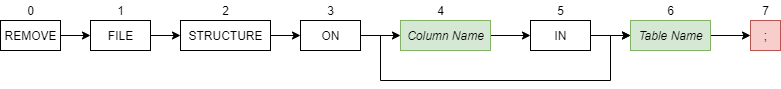
DeliciousWaffle/MastersProject keeps this draw.io diagram as src/datastructure/rulegraph/diagrams/images/RemoveFileStructureDiagram.png. Above is the earlier version. Source tidied: cells renumbered, new cells last; positions are measured from the earlier drawing's top-left corner, leaving out a move shared by most shapes. Source of this version:
```xml
<mxGraphModel>
  <root>
    <mxCell id="0" />
    <mxCell id="1" parent="0" />
    <mxCell id="2" style="edgeStyle=orthogonalEdgeStyle;rounded=0;jettySize=auto;html=1;exitX=1;exitY=0.5;exitDx=0;exitDy=0;entryX=0;entryY=0.5;entryDx=0;entryDy=0;entryPerimeter=0;" parent="1" edge="1" source="3" target="11">
      <mxGeometry relative="1" as="geometry" />
    </mxCell>
    <mxCell id="3" value="REMOVE" style="html=1;" parent="1" vertex="1">
      <mxGeometry y="20" width="60" height="30" as="geometry" />
    </mxCell>
    <mxCell id="4" value="0" style="text;html=1;align=center;verticalAlign=middle;" parent="1" vertex="1">
      <mxGeometry x="20" width="20" height="20" as="geometry" />
    </mxCell>
    <mxCell id="5" value=";" style="html=1;fillColor=#f8cecc;strokeColor=#b85450;" parent="1" vertex="1">
      <mxGeometry x="750" y="20" width="30" height="30" as="geometry" />
    </mxCell>
    <mxCell id="6" value="7" style="text;html=1;align=center;verticalAlign=middle;" parent="1" vertex="1">
      <mxGeometry x="755" width="20" height="20" as="geometry" />
    </mxCell>
    <mxCell id="7" style="edgeStyle=orthogonalEdgeStyle;rounded=0;jettySize=auto;html=1;exitX=1;exitY=0.5;exitDx=0;exitDy=0;entryX=0;entryY=0.5;entryDx=0;entryDy=0;" parent="1" edge="1" source="8" target="22">
      <mxGeometry relative="1" as="geometry" />
    </mxCell>
    <mxCell id="8" value="&lt;i&gt;Column Name&lt;/i&gt;" style="html=1;fillColor=#d5e8d4;strokeColor=#82b366;" parent="1" vertex="1">
      <mxGeometry x="400" y="20" width="90" height="30" as="geometry" />
    </mxCell>
    <mxCell id="9" value="4" style="text;html=1;align=center;verticalAlign=middle;" parent="1" vertex="1">
      <mxGeometry x="430" width="20" height="20" as="geometry" />
    </mxCell>
    <mxCell id="10" style="edgeStyle=orthogonalEdgeStyle;rounded=0;jettySize=auto;html=1;exitX=1;exitY=0.5;exitDx=0;exitDy=0;" parent="1" edge="1" source="11" target="15">
      <mxGeometry relative="1" as="geometry" />
    </mxCell>
    <mxCell id="11" value="FILE" style="html=1;" parent="1" vertex="1">
      <mxGeometry x="90" y="20" width="60" height="30" as="geometry" />
    </mxCell>
    <mxCell id="12" style="edgeStyle=orthogonalEdgeStyle;rounded=0;jettySize=auto;html=1;exitX=1;exitY=0.5;exitDx=0;exitDy=0;entryX=0;entryY=0.5;entryDx=0;entryDy=0;" parent="1" edge="1" source="13" target="5">
      <mxGeometry relative="1" as="geometry" />
    </mxCell>
    <mxCell id="13" value="&lt;i&gt;Table Name&lt;/i&gt;" style="html=1;fillColor=#d5e8d4;strokeColor=#82b366;" parent="1" vertex="1">
      <mxGeometry x="630" y="20" width="80" height="30" as="geometry" />
    </mxCell>
    <mxCell id="14" style="edgeStyle=orthogonalEdgeStyle;rounded=0;jettySize=auto;html=1;exitX=1;exitY=0.5;exitDx=0;exitDy=0;entryX=0;entryY=0.5;entryDx=0;entryDy=0;" parent="1" edge="1" source="15" target="20">
      <mxGeometry relative="1" as="geometry" />
    </mxCell>
    <mxCell id="15" value="STRUCTURE" style="html=1;" parent="1" vertex="1">
      <mxGeometry x="180" y="20" width="90" height="30" as="geometry" />
    </mxCell>
    <mxCell id="16" value="3" style="text;html=1;align=center;verticalAlign=middle;" parent="1" vertex="1">
      <mxGeometry x="320" width="20" height="20" as="geometry" />
    </mxCell>
    <mxCell id="17" value="1" style="text;html=1;align=center;verticalAlign=middle;" parent="1" vertex="1">
      <mxGeometry x="110" width="20" height="20" as="geometry" />
    </mxCell>
    <mxCell id="18" style="edgeStyle=orthogonalEdgeStyle;rounded=0;jettySize=auto;html=1;exitX=1;exitY=0.5;exitDx=0;exitDy=0;entryX=0;entryY=0.5;entryDx=0;entryDy=0;" parent="1" edge="1" source="20" target="8">
      <mxGeometry relative="1" as="geometry" />
    </mxCell>
    <mxCell id="19" style="edgeStyle=orthogonalEdgeStyle;rounded=0;jettySize=auto;html=1;exitX=1;exitY=0.5;exitDx=0;exitDy=0;" parent="1" edge="1" source="20">
      <mxGeometry relative="1" as="geometry">
        <mxPoint x="630" y="35" as="targetPoint" />
        <Array as="points">
          <mxPoint x="380" y="35" />
          <mxPoint x="380" y="80" />
          <mxPoint x="610" y="80" />
          <mxPoint x="610" y="35" />
        </Array>
      </mxGeometry>
    </mxCell>
    <mxCell id="20" value="ON" style="html=1;" parent="1" vertex="1">
      <mxGeometry x="300" y="20" width="60" height="30" as="geometry" />
    </mxCell>
    <mxCell id="21" style="edgeStyle=orthogonalEdgeStyle;rounded=0;jettySize=auto;html=1;exitX=1;exitY=0.5;exitDx=0;exitDy=0;entryX=0;entryY=0.5;entryDx=0;entryDy=0;" parent="1" edge="1" source="22" target="13">
      <mxGeometry relative="1" as="geometry" />
    </mxCell>
    <mxCell id="22" value="IN" style="html=1;" parent="1" vertex="1">
      <mxGeometry x="530" y="20" width="60" height="30" as="geometry" />
    </mxCell>
    <mxCell id="23" value="5" style="text;html=1;align=center;verticalAlign=middle;" parent="1" vertex="1">
      <mxGeometry x="550" width="20" height="20" as="geometry" />
    </mxCell>
    <mxCell id="24" value="2" style="text;html=1;align=center;verticalAlign=middle;" parent="1" vertex="1">
      <mxGeometry x="215" width="20" height="20" as="geometry" />
    </mxCell>
    <mxCell id="25" value="6" style="text;html=1;align=center;verticalAlign=middle;" parent="1" vertex="1">
      <mxGeometry x="660" width="20" height="20" as="geometry" />
    </mxCell>
  </root>
</mxGraphModel>
```
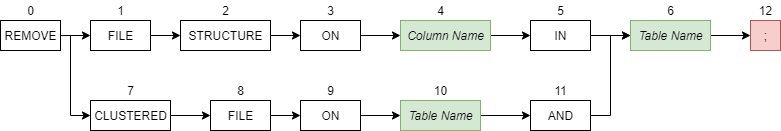
The same diagram one commit later.

Change to the diagram source:
```diff
@@ -5,6 +5,14 @@
     <mxCell id="2" style="edgeStyle=orthogonalEdgeStyle;rounded=0;jettySize=auto;html=1;exitX=1;exitY=0.5;exitDx=0;exitDy=0;entryX=0;entryY=0.5;entryDx=0;entryDy=0;entryPerimeter=0;" parent="1" edge="1" source="3" target="11">
       <mxGeometry relative="1" as="geometry" />
     </mxCell>
+    <mxCell id="26" style="edgeStyle=orthogonalEdgeStyle;rounded=0;jettySize=auto;html=1;exitX=1;exitY=0.5;exitDx=0;exitDy=0;entryX=0;entryY=0.5;entryDx=0;entryDy=0;" parent="1" edge="1" source="3" target="28">
+      <mxGeometry relative="1" as="geometry">
+        <Array as="points">
+          <mxPoint x="70" y="35" />
+          <mxPoint x="70" y="115" />
+        </Array>
+      </mxGeometry>
+    </mxCell>
     <mxCell id="3" value="REMOVE" style="html=1;" parent="1" vertex="1">
       <mxGeometry y="20" width="60" height="30" as="geometry" />
     </mxCell>
@@ -14,8 +22,8 @@
     <mxCell id="5" value=";" style="html=1;fillColor=#f8cecc;strokeColor=#b85450;" parent="1" vertex="1">
       <mxGeometry x="750" y="20" width="30" height="30" as="geometry" />
     </mxCell>
-    <mxCell id="6" value="7" style="text;html=1;align=center;verticalAlign=middle;" parent="1" vertex="1">
-      <mxGeometry x="755" width="20" height="20" as="geometry" />
+    <mxCell id="6" value="12" style="text;html=1;align=center;verticalAlign=middle;" parent="1" vertex="1">
+      <mxGeometry x="750" width="30" height="20" as="geometry" />
     </mxCell>
     <mxCell id="7" style="edgeStyle=orthogonalEdgeStyle;rounded=0;jettySize=auto;html=1;exitX=1;exitY=0.5;exitDx=0;exitDy=0;entryX=0;entryY=0.5;entryDx=0;entryDy=0;" parent="1" edge="1" source="8" target="22">
       <mxGeometry relative="1" as="geometry" />
@@ -53,17 +61,6 @@
     <mxCell id="18" style="edgeStyle=orthogonalEdgeStyle;rounded=0;jettySize=auto;html=1;exitX=1;exitY=0.5;exitDx=0;exitDy=0;entryX=0;entryY=0.5;entryDx=0;entryDy=0;" parent="1" edge="1" source="20" target="8">
       <mxGeometry relative="1" as="geometry" />
     </mxCell>
-    <mxCell id="19" style="edgeStyle=orthogonalEdgeStyle;rounded=0;jettySize=auto;html=1;exitX=1;exitY=0.5;exitDx=0;exitDy=0;" parent="1" edge="1" source="20">
-      <mxGeometry relative="1" as="geometry">
-        <mxPoint x="630" y="35" as="targetPoint" />
-        <Array as="points">
-          <mxPoint x="380" y="35" />
-          <mxPoint x="380" y="80" />
-          <mxPoint x="610" y="80" />
-          <mxPoint x="610" y="35" />
-        </Array>
-      </mxGeometry>
-    </mxCell>
     <mxCell id="20" value="ON" style="html=1;" parent="1" vertex="1">
       <mxGeometry x="300" y="20" width="60" height="30" as="geometry" />
     </mxCell>
@@ -82,5 +79,50 @@
     <mxCell id="25" value="6" style="text;html=1;align=center;verticalAlign=middle;" parent="1" vertex="1">
       <mxGeometry x="660" width="20" height="20" as="geometry" />
     </mxCell>
+    <mxCell id="27" style="edgeStyle=orthogonalEdgeStyle;rounded=0;jettySize=auto;html=1;exitX=1;exitY=0.5;exitDx=0;exitDy=0;entryX=0;entryY=0.5;entryDx=0;entryDy=0;" parent="1" edge="1" source="28" target="31">
+      <mxGeometry relative="1" as="geometry" />
+    </mxCell>
+    <mxCell id="28" value="CLUSTERED" style="html=1;" parent="1" vertex="1">
+      <mxGeometry x="90" y="100" width="80" height="30" as="geometry" />
+    </mxCell>
+    <mxCell id="29" value="7" style="text;html=1;align=center;verticalAlign=middle;" parent="1" vertex="1">
+      <mxGeometry x="120" y="80" width="20" height="20" as="geometry" />
+    </mxCell>
+    <mxCell id="30" style="edgeStyle=orthogonalEdgeStyle;rounded=0;jettySize=auto;html=1;exitX=1;exitY=0.5;exitDx=0;exitDy=0;" parent="1" edge="1" source="31" target="35">
+      <mxGeometry relative="1" as="geometry" />
+    </mxCell>
+    <mxCell id="31" value="FILE" style="html=1;" parent="1" vertex="1">
+      <mxGeometry x="210" y="100" width="60" height="30" as="geometry" />
+    </mxCell>
+    <mxCell id="32" value="8" style="text;html=1;align=center;verticalAlign=middle;" parent="1" vertex="1">
+      <mxGeometry x="230" y="80" width="20" height="20" as="geometry" />
+    </mxCell>
+    <mxCell id="33" value="9" style="text;html=1;align=center;verticalAlign=middle;" parent="1" vertex="1">
+      <mxGeometry x="320" y="80" width="20" height="20" as="geometry" />
+    </mxCell>
+    <mxCell id="34" style="edgeStyle=orthogonalEdgeStyle;rounded=0;jettySize=auto;html=1;exitX=1;exitY=0.5;exitDx=0;exitDy=0;entryX=0;entryY=0.5;entryDx=0;entryDy=0;" parent="1" edge="1" source="35" target="37">
+      <mxGeometry relative="1" as="geometry" />
+    </mxCell>
+    <mxCell id="35" value="ON" style="html=1;" parent="1" vertex="1">
+      <mxGeometry x="300" y="100" width="60" height="30" as="geometry" />
+    </mxCell>
+    <mxCell id="36" style="edgeStyle=orthogonalEdgeStyle;rounded=0;jettySize=auto;html=1;exitX=1;exitY=0.5;exitDx=0;exitDy=0;entryX=0;entryY=0.5;entryDx=0;entryDy=0;" parent="1" edge="1" source="37" target="40">
+      <mxGeometry relative="1" as="geometry" />
+    </mxCell>
+    <mxCell id="37" value="&lt;i&gt;Table Name&lt;/i&gt;" style="html=1;fillColor=#d5e8d4;strokeColor=#82b366;" parent="1" vertex="1">
+      <mxGeometry x="400" y="100" width="80" height="30" as="geometry" />
+    </mxCell>
+    <mxCell id="38" value="10" style="text;html=1;align=center;verticalAlign=middle;" parent="1" vertex="1">
+      <mxGeometry x="425" y="80" width="30" height="20" as="geometry" />
+    </mxCell>
+    <mxCell id="39" style="edgeStyle=orthogonalEdgeStyle;rounded=0;jettySize=auto;html=1;exitX=1;exitY=0.5;exitDx=0;exitDy=0;entryX=0;entryY=0.5;entryDx=0;entryDy=0;" parent="1" edge="1" source="40" target="13">
+      <mxGeometry relative="1" as="geometry" />
+    </mxCell>
+    <mxCell id="40" value="AND" style="html=1;" parent="1" vertex="1">
+      <mxGeometry x="530" y="100" width="60" height="30" as="geometry" />
+    </mxCell>
+    <mxCell id="41" value="11" style="text;html=1;align=center;verticalAlign=middle;" parent="1" vertex="1">
+      <mxGeometry x="545" y="80" width="30" height="20" as="geometry" />
+    </mxCell>
   </root>
 </mxGraphModel>
```
